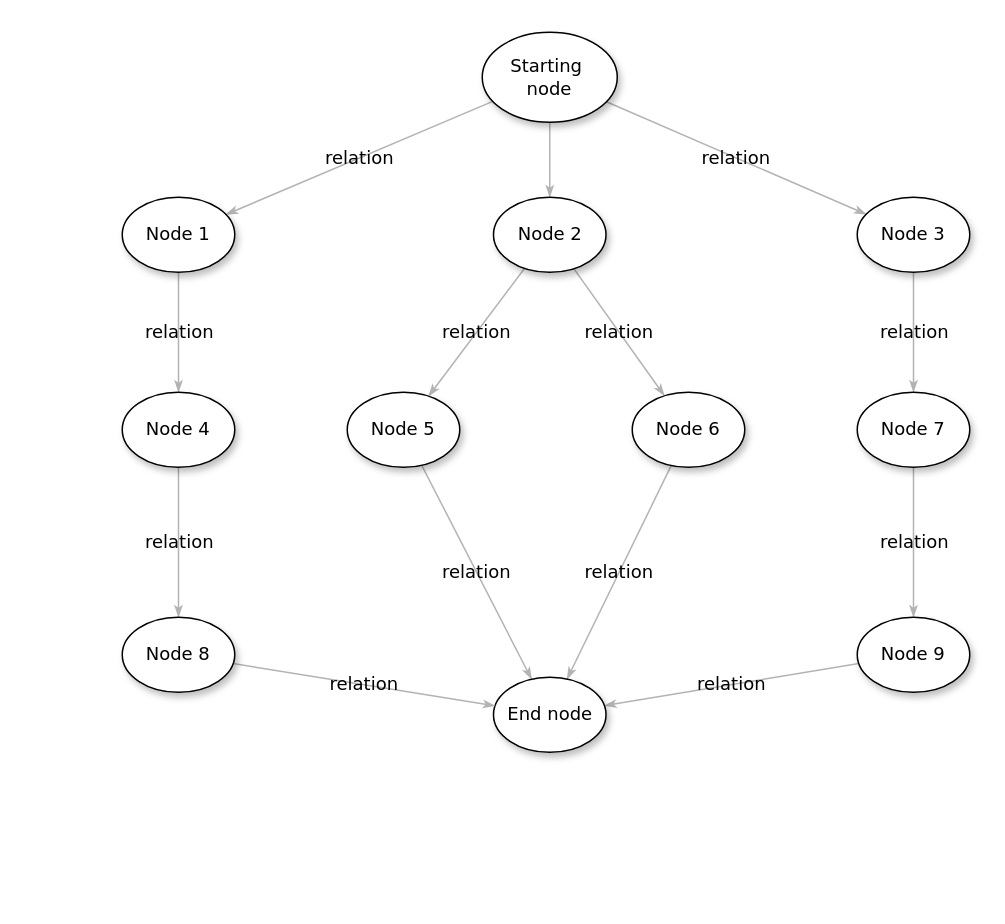
fengsuiyan/charts keeps this draw.io diagram as Untitled Diagram.drawio. Above is the earlier version. Source tidied: cells renumbered, new cells numbered last; positions are measured from the earlier drawing's top-left corner, leaving out a move shared by most shapes. Both pictures are drawn from the tidied source at 150%, with x=0, y=0 at pixel (122, 32).
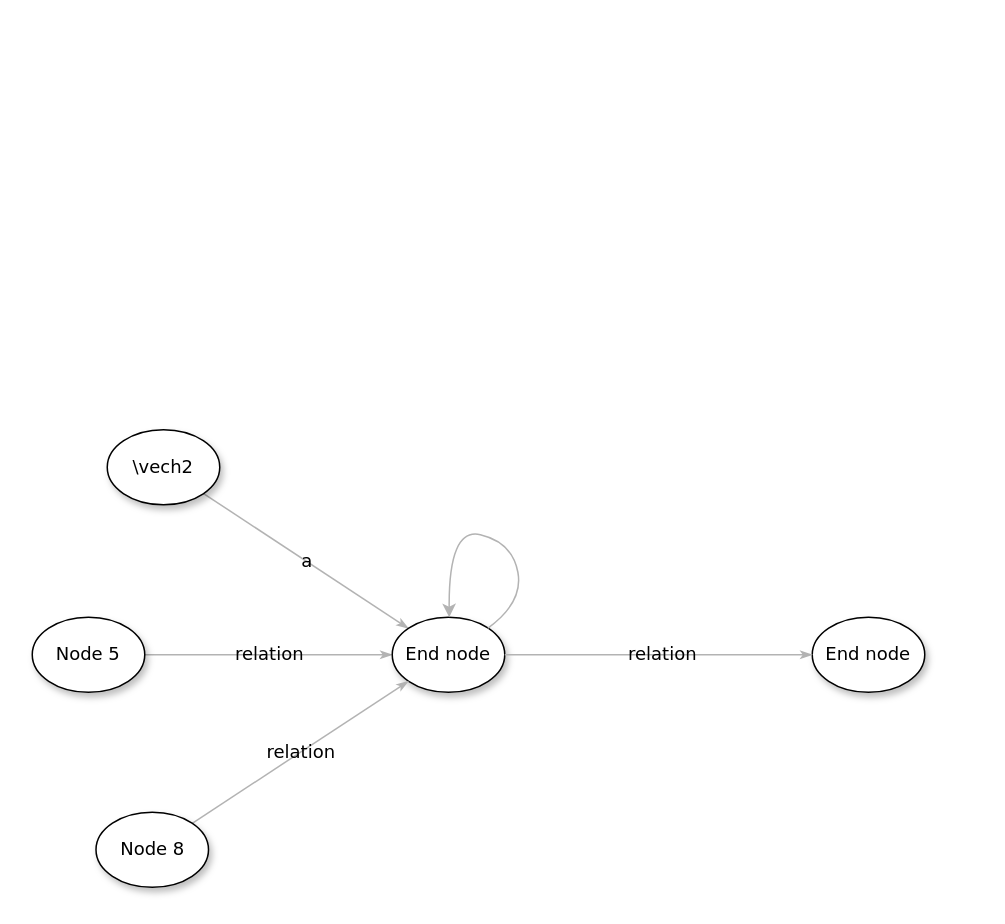
Above is the later version.

Change to the diagram source:
```diff
@@
-    <mxCell id="2" style="edgeStyle=none;rounded=1;html=1;labelBackgroundColor=none;startArrow=none;startFill=0;startSize=5;endArrow=classicThin;endFill=1;endSize=5;jettySize=auto;strokeColor=#B3B3B3;strokeWidth=1;fontFamily=Verdana;fontSize=12;fontColor=#000000;" parent="1" edge="1" source="5" target="8">
-      <mxGeometry relative="1" as="geometry" />
-    </mxCell>
-    <mxCell id="3" value="relation" style="edgeStyle=none;rounded=1;html=1;labelBackgroundColor=none;startArrow=none;startFill=0;startSize=5;endArrow=classicThin;endFill=1;endSize=5;jettySize=auto;strokeColor=#B3B3B3;strokeWidth=1;fontFamily=Verdana;fontSize=12;fontColor=#000000;" parent="1" edge="1" source="5" target="21">
-      <mxGeometry relative="1" as="geometry" />
-    </mxCell>
-    <mxCell id="4" value="relation" style="edgeStyle=none;rounded=1;html=1;labelBackgroundColor=none;startArrow=none;startFill=0;startSize=5;endArrow=classicThin;endFill=1;endSize=5;jettySize=auto;strokeColor=#B3B3B3;strokeWidth=1;fontFamily=Verdana;fontSize=12;fontColor=#000000;" parent="1" edge="1" source="5" target="10">
-      <mxGeometry relative="1" as="geometry" />
-    </mxCell>
-    <mxCell id="5" value="Starting&amp;nbsp;&lt;div&gt;node&lt;/div&gt;" style="ellipse;whiteSpace=wrap;html=1;rounded=0;shadow=1;comic=0;labelBackgroundColor=none;strokeColor=#000000;strokeWidth=1;fillColor=#FFFFFF;fontFamily=Verdana;fontSize=12;fontColor=#000000;align=center;" parent="1" vertex="1">
-      <mxGeometry x="240" width="90" height="60" as="geometry" />
-    </mxCell>
-    <mxCell id="6" value="relation" style="edgeStyle=none;rounded=1;html=1;labelBackgroundColor=none;startArrow=none;startFill=0;startSize=5;endArrow=classicThin;endFill=1;endSize=5;jettySize=auto;strokeColor=#B3B3B3;strokeWidth=1;fontFamily=Verdana;fontSize=12;fontColor=#000000;" parent="1" edge="1" source="8" target="18">
-      <mxGeometry relative="1" as="geometry" />
-    </mxCell>
-    <mxCell id="7" value="relation" style="edgeStyle=none;rounded=1;html=1;labelBackgroundColor=none;startArrow=none;startFill=0;startSize=5;endArrow=classicThin;endFill=1;endSize=5;jettySize=auto;strokeColor=#B3B3B3;strokeWidth=1;fontFamily=Verdana;fontSize=12;fontColor=#000000;" parent="1" edge="1" source="8" target="16">
-      <mxGeometry relative="1" as="geometry" />
-    </mxCell>
-    <mxCell id="8" value="&lt;span&gt;Node 2&lt;/span&gt;" style="ellipse;whiteSpace=wrap;html=1;rounded=0;shadow=1;comic=0;labelBackgroundColor=none;strokeColor=#000000;strokeWidth=1;fillColor=#FFFFFF;fontFamily=Verdana;fontSize=12;fontColor=#000000;align=center;" parent="1" vertex="1">
-      <mxGeometry x="247.5" y="110" width="75" height="50" as="geometry" />
-    </mxCell>
-    <mxCell id="9" value="relation" style="edgeStyle=none;rounded=1;html=1;labelBackgroundColor=none;startArrow=none;startFill=0;startSize=5;endArrow=classicThin;endFill=1;endSize=5;jettySize=auto;strokeColor=#B3B3B3;strokeWidth=1;fontFamily=Verdana;fontSize=12;fontColor=#000000;" parent="1" edge="1" source="10" target="12">
-      <mxGeometry relative="1" as="geometry" />
-    </mxCell>
-    <mxCell id="10" value="&lt;span&gt;Node 3&lt;/span&gt;" style="ellipse;whiteSpace=wrap;html=1;rounded=0;shadow=1;comic=0;labelBackgroundColor=none;strokeColor=#000000;strokeWidth=1;fillColor=#FFFFFF;fontFamily=Verdana;fontSize=12;fontColor=#000000;align=center;" parent="1" vertex="1">
-      <mxGeometry x="490" y="110" width="75" height="50" as="geometry" />
-    </mxCell>
-    <mxCell id="11" value="relation" style="edgeStyle=none;rounded=1;html=1;labelBackgroundColor=none;startArrow=none;startFill=0;startSize=5;endArrow=classicThin;endFill=1;endSize=5;jettySize=auto;strokeColor=#B3B3B3;strokeWidth=1;fontFamily=Verdana;fontSize=12;fontColor=#000000;" parent="1" edge="1" source="12" target="14">
-      <mxGeometry relative="1" as="geometry" />
-    </mxCell>
-    <mxCell id="12" value="&lt;span&gt;Node 7&lt;/span&gt;" style="ellipse;whiteSpace=wrap;html=1;rounded=0;shadow=1;comic=0;labelBackgroundColor=none;strokeColor=#000000;strokeWidth=1;fillColor=#FFFFFF;fontFamily=Verdana;fontSize=12;fontColor=#000000;align=center;" parent="1" vertex="1">
-      <mxGeometry x="490" y="240" width="75" height="50" as="geometry" />
-    </mxCell>
-    <mxCell id="13" value="relation" style="edgeStyle=none;rounded=1;html=1;labelBackgroundColor=none;startArrow=none;startFill=0;startSize=5;endArrow=classicThin;endFill=1;endSize=5;jettySize=auto;strokeColor=#B3B3B3;strokeWidth=1;fontFamily=Verdana;fontSize=12;fontColor=#000000;" parent="1" edge="1" source="14" target="19">
-      <mxGeometry relative="1" as="geometry" />
-    </mxCell>
-    <mxCell id="14" value="&lt;span&gt;Node 9&lt;/span&gt;" style="ellipse;whiteSpace=wrap;html=1;rounded=0;shadow=1;comic=0;labelBackgroundColor=none;strokeColor=#000000;strokeWidth=1;fillColor=#FFFFFF;fontFamily=Verdana;fontSize=12;fontColor=#000000;align=center;" parent="1" vertex="1">
-      <mxGeometry x="490" y="390" width="75" height="50" as="geometry" />
-    </mxCell>
-    <mxCell id="15" value="relation" style="edgeStyle=none;rounded=1;html=1;labelBackgroundColor=none;startArrow=none;startFill=0;startSize=5;endArrow=classicThin;endFill=1;endSize=5;jettySize=auto;strokeColor=#B3B3B3;strokeWidth=1;fontFamily=Verdana;fontSize=12;fontColor=#000000;" parent="1" edge="1" source="16" target="19">
+    <mxCell id="15" value="a" style="edgeStyle=none;rounded=1;html=1;labelBackgroundColor=none;startArrow=none;startFill=0;startSize=5;endArrow=classicThin;endFill=1;endSize=5;jettySize=auto;strokeColor=#B3B3B3;strokeWidth=1;fontFamily=Verdana;fontSize=12;fontColor=#000000;" parent="1" edge="1" source="16" target="19">
       <mxGeometry relative="1" as="geometry" />
     </mxCell>
-    <mxCell id="16" value="&lt;span&gt;Node 6&lt;/span&gt;" style="ellipse;whiteSpace=wrap;html=1;rounded=0;shadow=1;comic=0;labelBackgroundColor=none;strokeColor=#000000;strokeWidth=1;fillColor=#FFFFFF;fontFamily=Verdana;fontSize=12;fontColor=#000000;align=center;" parent="1" vertex="1">
-      <mxGeometry x="340" y="240" width="75" height="50" as="geometry" />
+    <mxCell id="16" value="&lt;span&gt;\vech2&lt;/span&gt;" style="ellipse;whiteSpace=wrap;html=1;rounded=0;shadow=1;comic=0;labelBackgroundColor=none;strokeColor=#000000;strokeWidth=1;fillColor=#FFFFFF;fontFamily=Verdana;fontSize=12;fontColor=#000000;align=center;" parent="1" vertex="1">
+      <mxGeometry x="-10" y="265" width="75" height="50" as="geometry" />
     </mxCell>
@@
     <mxCell id="18" value="&lt;span&gt;Node 5&lt;/span&gt;" style="ellipse;whiteSpace=wrap;html=1;rounded=0;shadow=1;comic=0;labelBackgroundColor=none;strokeColor=#000000;strokeWidth=1;fillColor=#FFFFFF;fontFamily=Verdana;fontSize=12;fontColor=#000000;align=center;" parent="1" vertex="1">
-      <mxGeometry x="150" y="240" width="75" height="50" as="geometry" />
+      <mxGeometry x="-60" y="390" width="75" height="50" as="geometry" />
     </mxCell>
     <mxCell id="19" value="End node" style="ellipse;whiteSpace=wrap;html=1;rounded=0;shadow=1;comic=0;labelBackgroundColor=none;strokeColor=#000000;strokeWidth=1;fillColor=#FFFFFF;fontFamily=Verdana;fontSize=12;fontColor=#000000;align=center;" parent="1" vertex="1">
-      <mxGeometry x="247.5" y="430" width="75" height="50" as="geometry" />
+      <mxGeometry x="180" y="390" width="75" height="50" as="geometry" />
     </mxCell>
-    <mxCell id="20" value="relation" style="edgeStyle=none;rounded=1;html=1;labelBackgroundColor=none;startArrow=none;startFill=0;startSize=5;endArrow=classicThin;endFill=1;endSize=5;jettySize=auto;strokeColor=#B3B3B3;strokeWidth=1;fontFamily=Verdana;fontSize=12;fontColor=#000000;" parent="1" edge="1" source="21" target="23">
-      <mxGeometry relative="1" as="geometry" />
-    </mxCell>
-    <mxCell id="21" value="Node 1" style="ellipse;whiteSpace=wrap;html=1;rounded=0;shadow=1;comic=0;labelBackgroundColor=none;strokeColor=#000000;strokeWidth=1;fillColor=#FFFFFF;fontFamily=Verdana;fontSize=12;fontColor=#000000;align=center;" parent="1" vertex="1">
-      <mxGeometry y="110" width="75" height="50" as="geometry" />
-    </mxCell>
-    <mxCell id="22" value="relation" style="edgeStyle=none;rounded=1;html=1;labelBackgroundColor=none;startArrow=none;startFill=0;startSize=5;endArrow=classicThin;endFill=1;endSize=5;jettySize=auto;strokeColor=#B3B3B3;strokeWidth=1;fontFamily=Verdana;fontSize=12;fontColor=#000000;" parent="1" edge="1" source="23" target="25">
-      <mxGeometry relative="1" as="geometry" />
-    </mxCell>
-    <mxCell id="23" value="&lt;span&gt;Node 4&lt;/span&gt;" style="ellipse;whiteSpace=wrap;html=1;rounded=0;shadow=1;comic=0;labelBackgroundColor=none;strokeColor=#000000;strokeWidth=1;fillColor=#FFFFFF;fontFamily=Verdana;fontSize=12;fontColor=#000000;align=center;" parent="1" vertex="1">
-      <mxGeometry y="240" width="75" height="50" as="geometry" />
-    </mxCell>
+    <mxCell id="26" value="End node" style="ellipse;whiteSpace=wrap;html=1;rounded=0;shadow=1;comic=0;labelBackgroundColor=none;strokeColor=#000000;strokeWidth=1;fillColor=#FFFFFF;fontFamily=Verdana;fontSize=12;fontColor=#000000;align=center;" parent="1" vertex="1">
+      <mxGeometry x="460" y="390" width="75" height="50" as="geometry" />
+    </mxCell>
@@
     <mxCell id="25" value="&lt;span&gt;Node 8&lt;/span&gt;" style="ellipse;whiteSpace=wrap;html=1;rounded=0;shadow=1;comic=0;labelBackgroundColor=none;strokeColor=#000000;strokeWidth=1;fillColor=#FFFFFF;fontFamily=Verdana;fontSize=12;fontColor=#000000;align=center;" parent="1" vertex="1">
-      <mxGeometry y="390" width="75" height="50" as="geometry" />
+      <mxGeometry x="-17.5" y="520" width="75" height="50" as="geometry" />
     </mxCell>
+    <mxCell id="27" value="relation" style="edgeStyle=none;rounded=1;html=1;labelBackgroundColor=none;startArrow=none;startFill=0;startSize=5;endArrow=classicThin;endFill=1;endSize=5;jettySize=auto;strokeColor=#B3B3B3;strokeWidth=1;fontFamily=Verdana;fontSize=12;fontColor=#000000;exitX=1;exitY=0.5;exitDx=0;exitDy=0;entryX=0;entryY=0.5;entryDx=0;entryDy=0;" parent="1" edge="1" source="19" target="26">
+      <mxGeometry x="0.02" relative="1" as="geometry" />
+    </mxCell>
+    <mxCell id="28" style="curved=1;endArrow=classic;html=1;exitX=1;exitY=0;exitDx=0;exitDy=0;strokeColor=#B3B3B3;" parent="1" edge="1" source="19">
+      <mxGeometry relative="1" as="geometry">
+        <mxPoint x="218" y="390" as="targetPoint" />
+        <Array as="points">
+          <mxPoint x="267.5" y="380" />
+          <mxPoint x="260" y="340" />
+          <mxPoint x="217.5" y="330" />
+        </Array>
+      </mxGeometry>
+    </mxCell>
```
